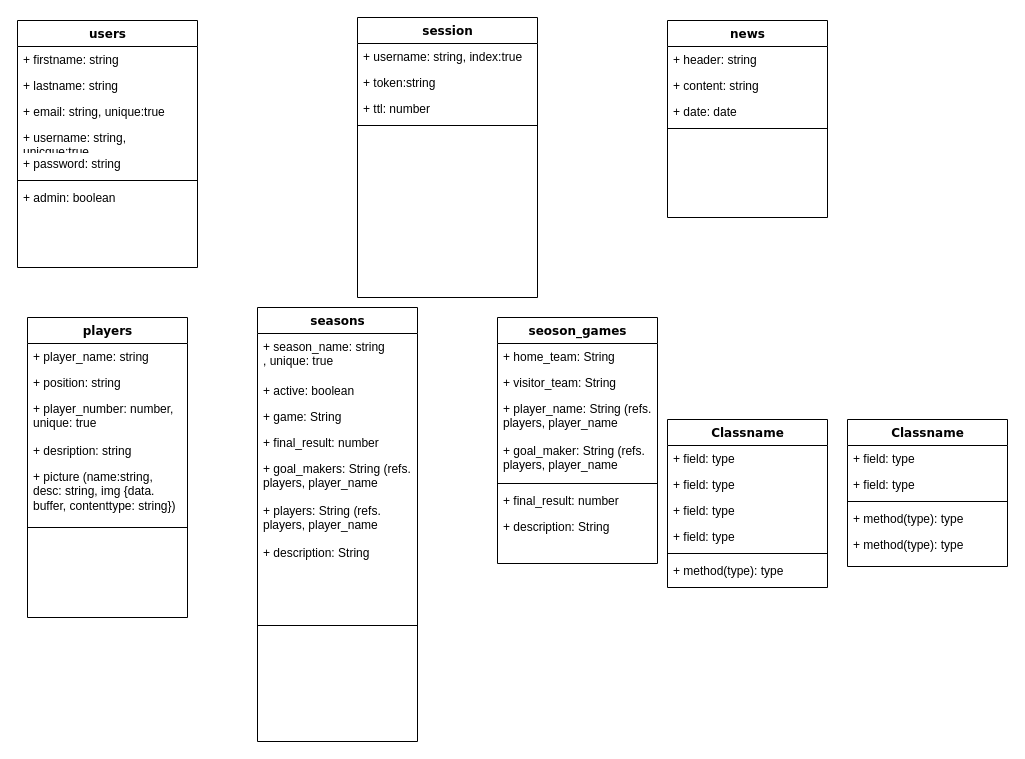
Earlier version of the draw.io diagram models.drawio (blackunicorn89/football_backend). Source tidied: cells renumbered, new cells numbered last; positions are measured from the earlier drawing's top-left corner, leaving out a move shared by most shapes. Both pictures are drawn from the tidied source at 100%, with x=0, y=0 at pixel (17, 17).
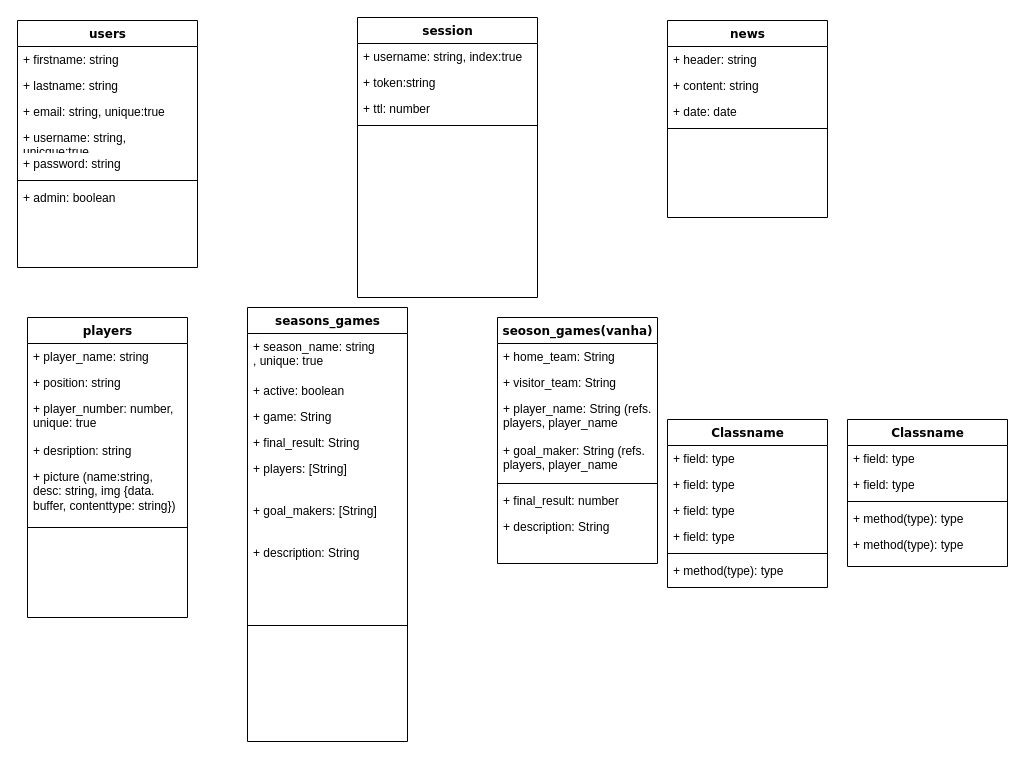
After the change.

Commit message:
muutoksia season_games taulun rakenteeseen.

Change to the diagram source:
```diff
@@
-    <mxCell id="27" value="seasons" style="swimlane;html=1;fontStyle=1;align=center;verticalAlign=top;horizontal=1;startSize=26;swimlaneFillColor=#ffffff;rounded=0;shadow=0;comic=0;labelBackgroundColor=none;strokeWidth=1;fillColor=none;fontFamily=Verdana;fontSize=12;" parent="1" vertex="1">
-      <mxGeometry x="240" y="290" width="160" height="434" as="geometry" />
+    <mxCell id="27" value="&lt;div&gt;seasons_games&lt;/div&gt;&lt;div&gt;&lt;br&gt;&lt;/div&gt;" style="swimlane;html=1;fontStyle=1;align=center;verticalAlign=top;horizontal=1;startSize=26;swimlaneFillColor=#ffffff;rounded=0;shadow=0;comic=0;labelBackgroundColor=none;strokeWidth=1;fillColor=none;fontFamily=Verdana;fontSize=12;" parent="1" vertex="1">
+      <mxGeometry x="230" y="290" width="160" height="434" as="geometry" />
     </mxCell>
@@
-    <mxCell id="31" value="+ final_result: number" style="text;html=1;strokeColor=none;fillColor=none;align=left;verticalAlign=top;spacingLeft=4;spacingRight=4;whiteSpace=wrap;overflow=hidden;" parent="27" vertex="1">
+    <mxCell id="31" value="+ final_result: String" style="text;html=1;strokeColor=none;fillColor=none;align=left;verticalAlign=top;spacingLeft=4;spacingRight=4;whiteSpace=wrap;overflow=hidden;" parent="27" vertex="1">
       <mxGeometry y="122" width="160" height="26" as="geometry" />
     </mxCell>
+    <mxCell id="33" value="+ players: [String]" style="text;html=1;strokeColor=none;fillColor=none;align=left;verticalAlign=top;spacingLeft=4;spacingRight=4;whiteSpace=wrap;overflow=hidden;" parent="27" vertex="1">
+      <mxGeometry y="148" width="160" height="42" as="geometry" />
+    </mxCell>
-    <mxCell id="32" value="+ goal_makers: String (refs. players, player_name" style="text;html=1;strokeColor=none;fillColor=none;align=left;verticalAlign=top;spacingLeft=4;spacingRight=4;whiteSpace=wrap;overflow=hidden;" parent="27" vertex="1">
-      <mxGeometry y="148" width="160" height="42" as="geometry" />
+    <mxCell id="32" value="+ goal_makers: [String]" style="text;html=1;strokeColor=none;fillColor=none;align=left;verticalAlign=top;spacingLeft=4;spacingRight=4;whiteSpace=wrap;overflow=hidden;" parent="27" vertex="1">
+      <mxGeometry y="190" width="160" height="42" as="geometry" />
     </mxCell>
-    <mxCell id="33" value="+ players: String (refs. players, player_name" style="text;html=1;strokeColor=none;fillColor=none;align=left;verticalAlign=top;spacingLeft=4;spacingRight=4;whiteSpace=wrap;overflow=hidden;" parent="27" vertex="1">
-      <mxGeometry y="190" width="160" height="42" as="geometry" />
-    </mxCell>
@@
-    <mxCell id="36" value="seoson_games" style="swimlane;html=1;fontStyle=1;align=center;verticalAlign=top;horizontal=1;startSize=26;swimlaneFillColor=#ffffff;rounded=0;shadow=0;comic=0;labelBackgroundColor=none;strokeWidth=1;fillColor=none;fontFamily=Verdana;fontSize=12;" parent="1" vertex="1">
+    <mxCell id="36" value="seoson_games(vanha)" style="swimlane;html=1;fontStyle=1;align=center;verticalAlign=top;horizontal=1;startSize=26;swimlaneFillColor=#ffffff;rounded=0;shadow=0;comic=0;labelBackgroundColor=none;strokeWidth=1;fillColor=none;fontFamily=Verdana;fontSize=12;" parent="1" vertex="1">
       <mxGeometry x="480" y="300" width="160" height="246" as="geometry" />
     </mxCell>
```
